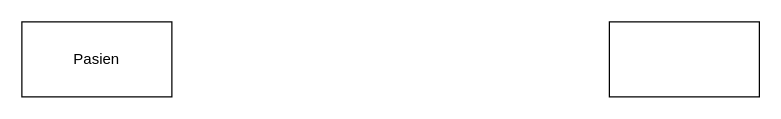
MaximHere/drawio keeps this draw.io diagram as page "Page-2" (1 of 2) of Domain model iterasi 2 rpl.drawio. Above is the earlier version. Source tidied: cells renumbered, new cells numbered last; positions are measured from the earlier drawing's top-left corner, leaving out a move shared by most shapes. Both pictures are drawn from the tidied source at 125%, with x=0, y=0 at pixel (21, 21).
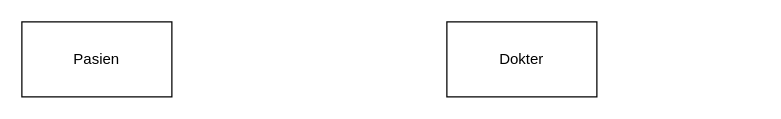
Above is the later version.

Diff of the diagram source:
```diff
@@
 <mxGraphModel>
   <root>
     <mxCell id="0" />
     <mxCell id="1" parent="0" />
     <mxCell id="2" value="Pasien" style="rounded=0;whiteSpace=wrap;html=1;" parent="1" vertex="1">
       <mxGeometry width="120" height="60" as="geometry" />
     </mxCell>
-    <mxCell id="3" style="rounded=0;whiteSpace=wrap;html=1;" parent="1" vertex="1">
-      <mxGeometry x="470" width="120" height="60" as="geometry" />
+    <mxCell id="3" value="Dokter" style="rounded=0;whiteSpace=wrap;html=1;" parent="1" vertex="1">
+      <mxGeometry x="340" width="120" height="60" as="geometry" />
     </mxCell>
   </root>
 </mxGraphModel>
```
